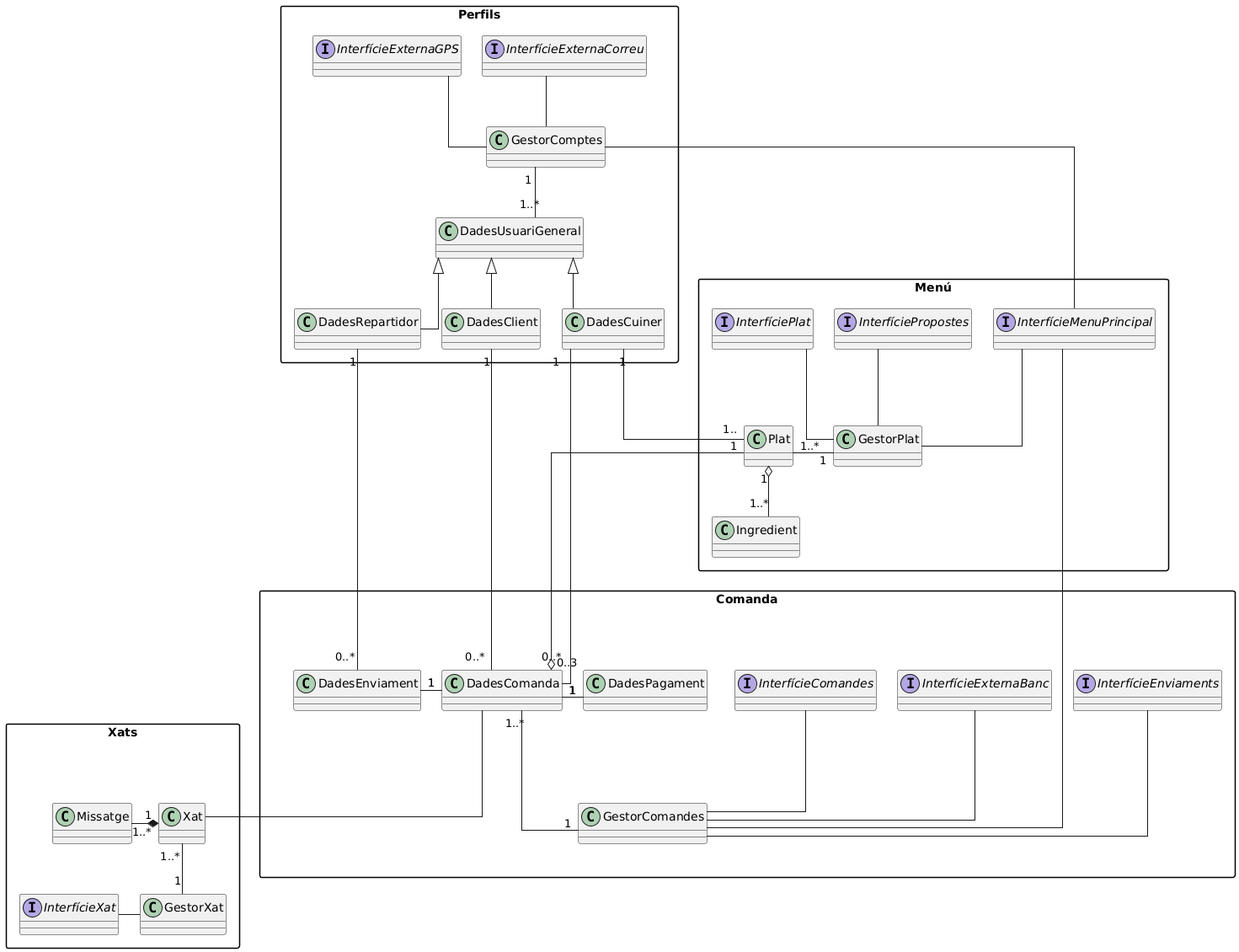
This is documents/Diagrames i Especificacions/Classes/GENERAL/DC FINAL.png from martipages/ES23UAB431-02, a PlantUML export, as it was before one commit.
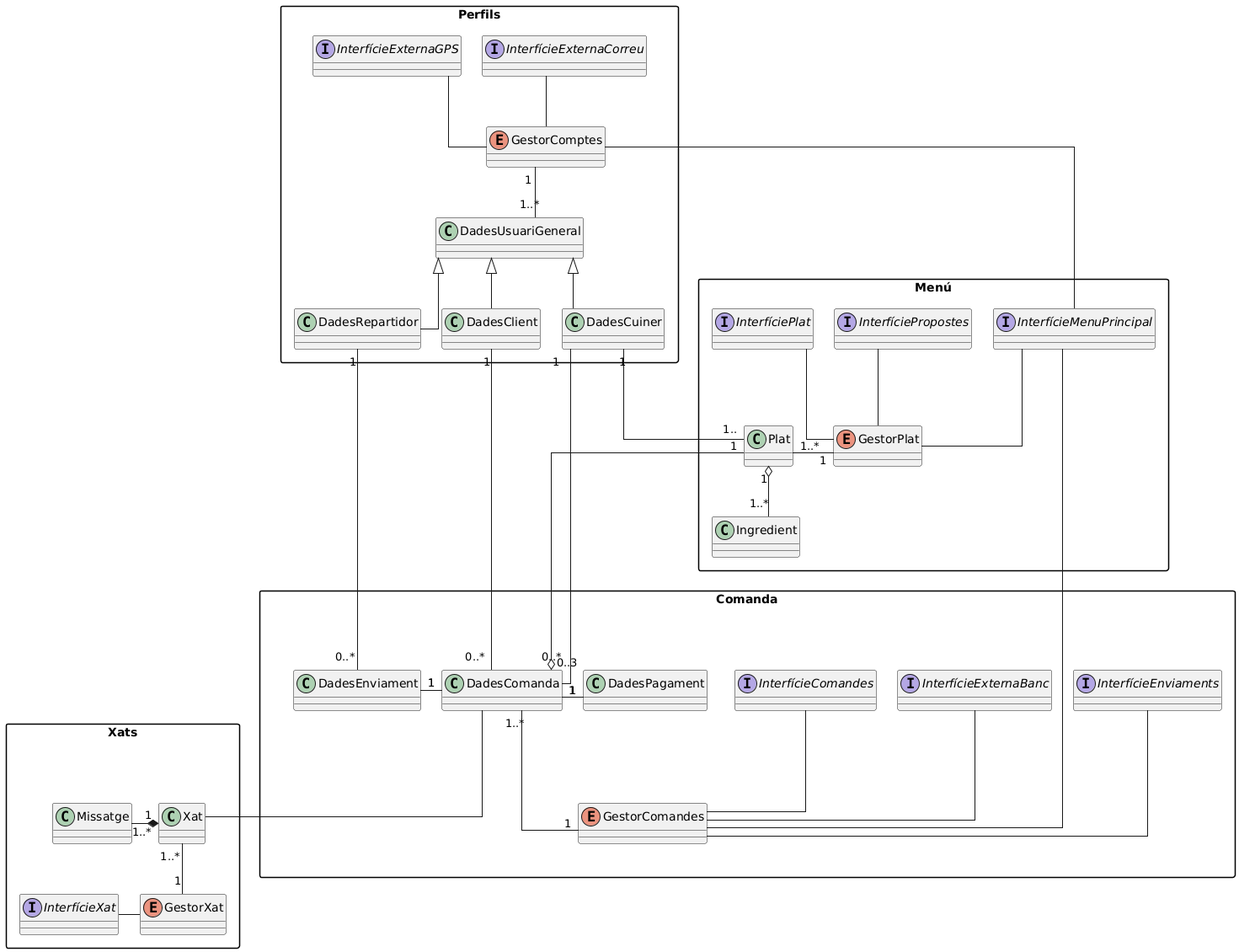
The same diagram one commit later.

The edit, as a diff of the source:
```diff
@@ -16,7 +16,7 @@
 
 
 namespace Perfils{
-class GestorComptes
+enum GestorComptes
 class DadesRepartidor
 class DadesCuiner
 class DadesClient
@@ -27,7 +27,7 @@
 
 namespace Comanda {
  package p2 <<Layout>>{
-class GestorComandes
+enum GestorComandes
 class DadesComanda
 class DadesPagament
 class DadesEnviament
@@ -39,7 +39,7 @@
 
 namespace Menú {
 package p4 <<Layout>>{
-class GestorPlat
+enum GestorPlat
 }
 class Plat
 class Ingredient
@@ -53,7 +53,7 @@
 class Xat
 }
 class Missatge
-class GestorXat
+enum GestorXat
 interface InterfícieXat
 }
 
```
